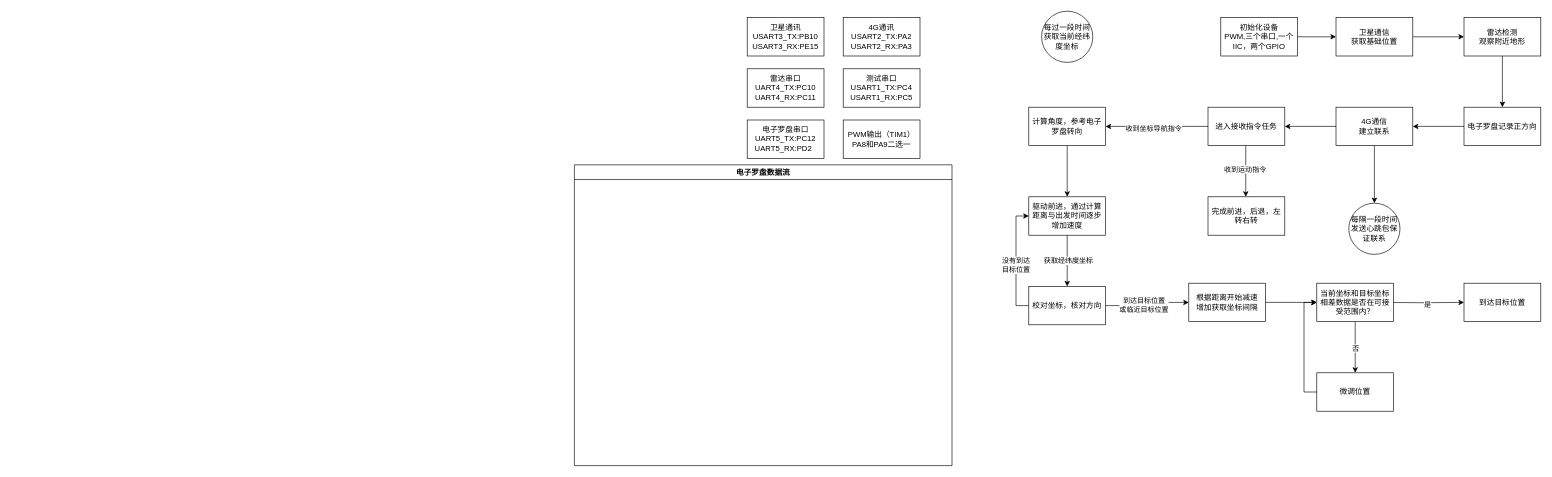
Earlier version of the draw.io diagram 无人船.drawio (lawrancess/mind_mapping). Source tidied: cells renumbered, new cells numbered last; positions are measured from the earlier drawing's top-left corner, leaving out a move shared by most shapes. Both pictures are drawn from the tidied source at 64%, with x=0, y=0 at pixel (574, 11).
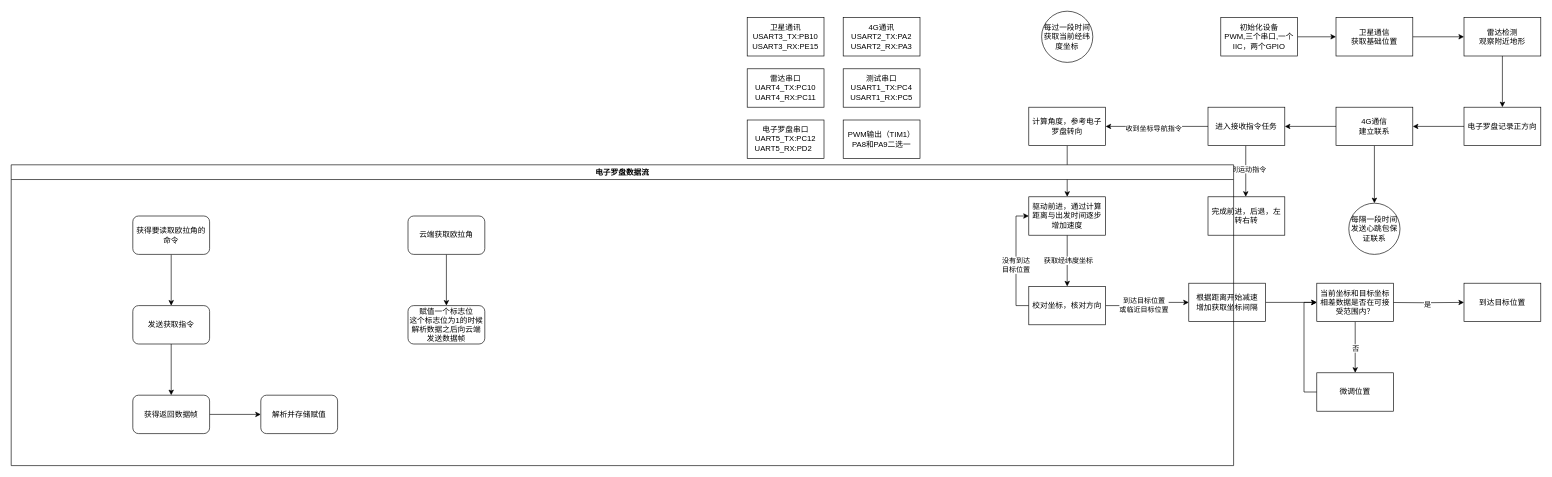
Above is the later version.

Commit message:
更新无人船.drawio

Change to the diagram source:
```diff
@@
     <mxCell id="47" value="电子罗盘数据流" style="swimlane;whiteSpace=wrap;html=1;" parent="1" vertex="1">
-      <mxGeometry y="240" width="590" height="470" as="geometry" />
+      <mxGeometry x="-880" y="240" width="1910" height="470" as="geometry" />
     </mxCell>
+    <mxCell id="48" style="edgeStyle=orthogonalEdgeStyle;rounded=0;jettySize=auto;html=1;" parent="47" edge="1" source="49" target="51">
+      <mxGeometry relative="1" as="geometry" />
+    </mxCell>
+    <mxCell id="49" value="获得要读取欧拉角的命令" style="rounded=1;whiteSpace=wrap;html=1;" parent="47" vertex="1">
+      <mxGeometry x="190" y="80" width="120" height="60" as="geometry" />
+    </mxCell>
+    <mxCell id="50" style="edgeStyle=orthogonalEdgeStyle;rounded=0;jettySize=auto;html=1;" parent="47" edge="1" source="51" target="53">
+      <mxGeometry relative="1" as="geometry" />
+    </mxCell>
+    <mxCell id="51" value="发送获取指令" style="whiteSpace=wrap;html=1;rounded=1;" parent="47" vertex="1">
+      <mxGeometry x="190" y="220" width="120" height="60" as="geometry" />
+    </mxCell>
+    <mxCell id="52" style="edgeStyle=orthogonalEdgeStyle;rounded=0;jettySize=auto;html=1;" parent="47" edge="1" source="53" target="54">
+      <mxGeometry relative="1" as="geometry" />
+    </mxCell>
+    <mxCell id="53" value="获得返回数据帧" style="whiteSpace=wrap;html=1;rounded=1;" parent="47" vertex="1">
+      <mxGeometry x="190" y="360" width="120" height="60" as="geometry" />
+    </mxCell>
+    <mxCell id="54" value="解析并存储赋值" style="whiteSpace=wrap;html=1;rounded=1;" parent="47" vertex="1">
+      <mxGeometry x="390" y="360" width="120" height="60" as="geometry" />
+    </mxCell>
+    <mxCell id="55" style="edgeStyle=orthogonalEdgeStyle;rounded=0;jettySize=auto;html=1;" parent="47" edge="1" source="56" target="57">
+      <mxGeometry relative="1" as="geometry" />
+    </mxCell>
+    <mxCell id="56" value="云端获取欧拉角" style="rounded=1;whiteSpace=wrap;html=1;" parent="47" vertex="1">
+      <mxGeometry x="620" y="80" width="120" height="60" as="geometry" />
+    </mxCell>
+    <mxCell id="57" value="赋值一个标志位&lt;div&gt;这个标志位为1的时候&lt;/div&gt;&lt;div&gt;解析数据之后向云端发送数据帧&lt;/div&gt;" style="whiteSpace=wrap;html=1;rounded=1;" parent="47" vertex="1">
+      <mxGeometry x="620" y="220" width="120" height="60" as="geometry" />
+    </mxCell>
```
